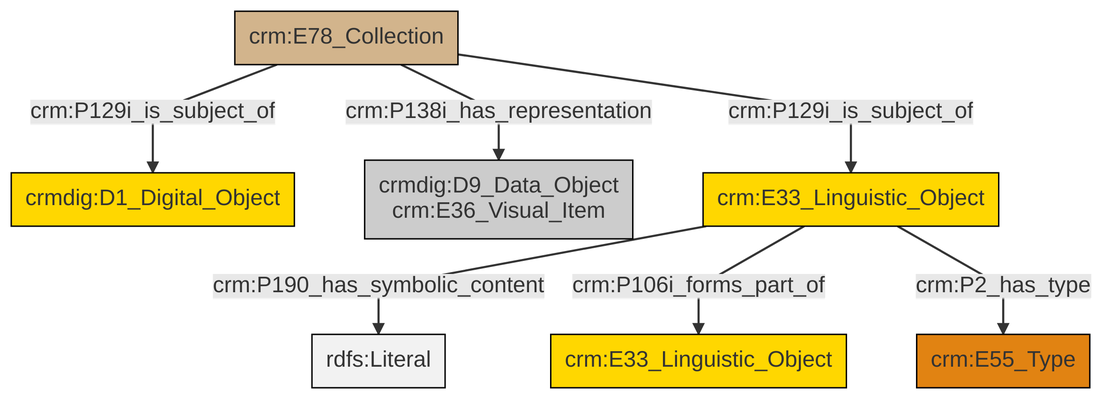
This is et/archivalCSV/ttl/mmd/png/archival_docs.png from swiss-art-research-net/docs.swissartresearch, a Mermaid export, as it was before one commit. Its source is kept beside it as et/archivalCSV/ttl/mmd/archival_docs.ttl.mmd.
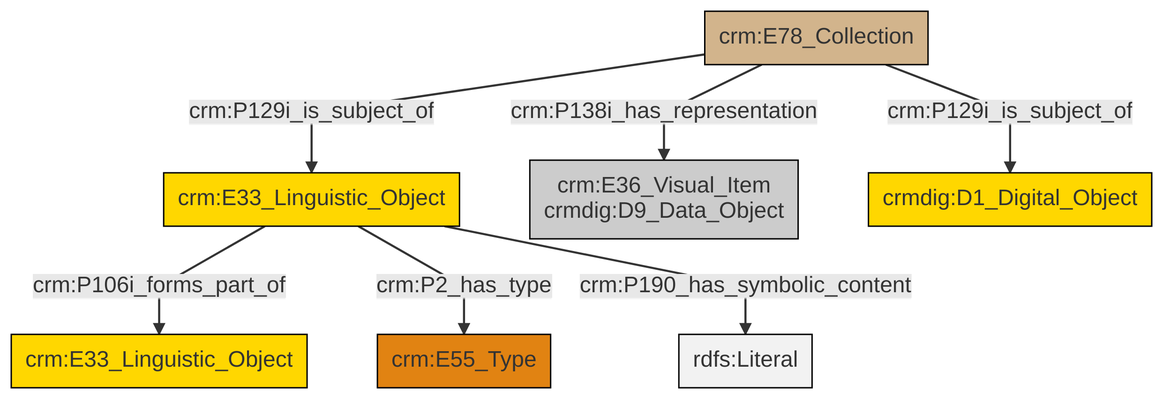
After the commit.

Change to the diagram source:
```diff
@@ -13,9 +13,9 @@
 classDef PC_Classes fill:#4ce600, stroke:#000000;
 classDef Multi fill:#cccccc,stroke:#000000;
 
-0["crm:E78_Collection"]:::Physical_Thing -->|crm:P129i_is_subject_of| 1["crmdig:D1_Digital_Object"]:::Conceptual_Object
-0["crm:E78_Collection"]:::Physical_Thing -->|crm:P138i_has_representation| 5["crmdig:D9_Data_Object<br>crm:E36_Visual_Item"]:::Multi
-7["crm:E33_Linguistic_Object"]:::Conceptual_Object -->|crm:P190_has_symbolic_content| 8[rdfs:Literal]:::Literal
-7["crm:E33_Linguistic_Object"]:::Conceptual_Object -->|crm:P106i_forms_part_of| 9["crm:E33_Linguistic_Object"]:::Conceptual_Object
-0["crm:E78_Collection"]:::Physical_Thing -->|crm:P129i_is_subject_of| 7["crm:E33_Linguistic_Object"]:::Conceptual_Object
-7["crm:E33_Linguistic_Object"]:::Conceptual_Object -->|crm:P2_has_type| 3["crm:E55_Type"]:::Type
+0["crm:E33_Linguistic_Object"]:::Conceptual_Object -->|crm:P106i_forms_part_of| 1["crm:E33_Linguistic_Object"]:::Conceptual_Object
+0["crm:E33_Linguistic_Object"]:::Conceptual_Object -->|crm:P2_has_type| 4["crm:E55_Type"]:::Type
+6["crm:E78_Collection"]:::Physical_Thing -->|crm:P138i_has_representation| 2["crm:E36_Visual_Item<br>crmdig:D9_Data_Object"]:::Multi
+0["crm:E33_Linguistic_Object"]:::Conceptual_Object -->|crm:P190_has_symbolic_content| 9[rdfs:Literal]:::Literal
+6["crm:E78_Collection"]:::Physical_Thing -->|crm:P129i_is_subject_of| 10["crmdig:D1_Digital_Object"]:::Conceptual_Object
+6["crm:E78_Collection"]:::Physical_Thing -->|crm:P129i_is_subject_of| 0["crm:E33_Linguistic_Object"]:::Conceptual_Object
```
